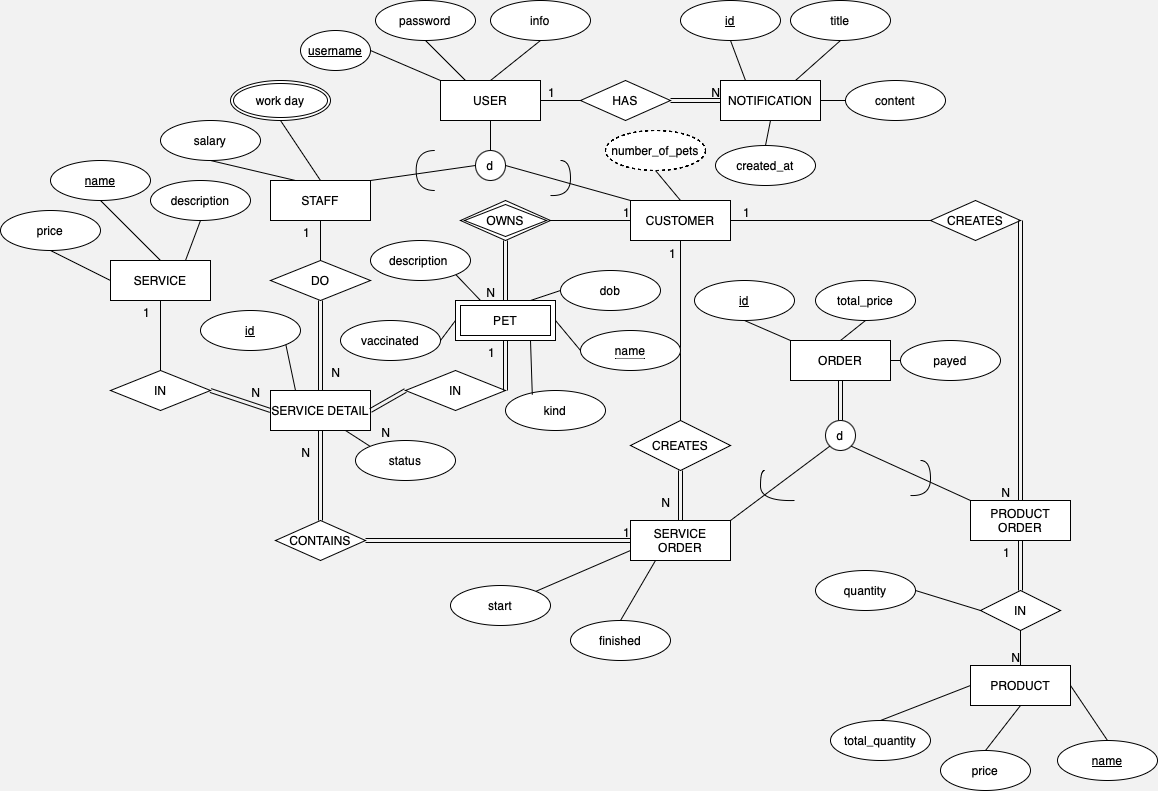
Above: pet-spa-erd.drawio.png in blueonline07/auth-demo (draw.io), before the change. Source tidied: cells renumbered, new cells last; positions are measured from the earlier drawing's top-left corner, leaving out a move shared by most shapes.
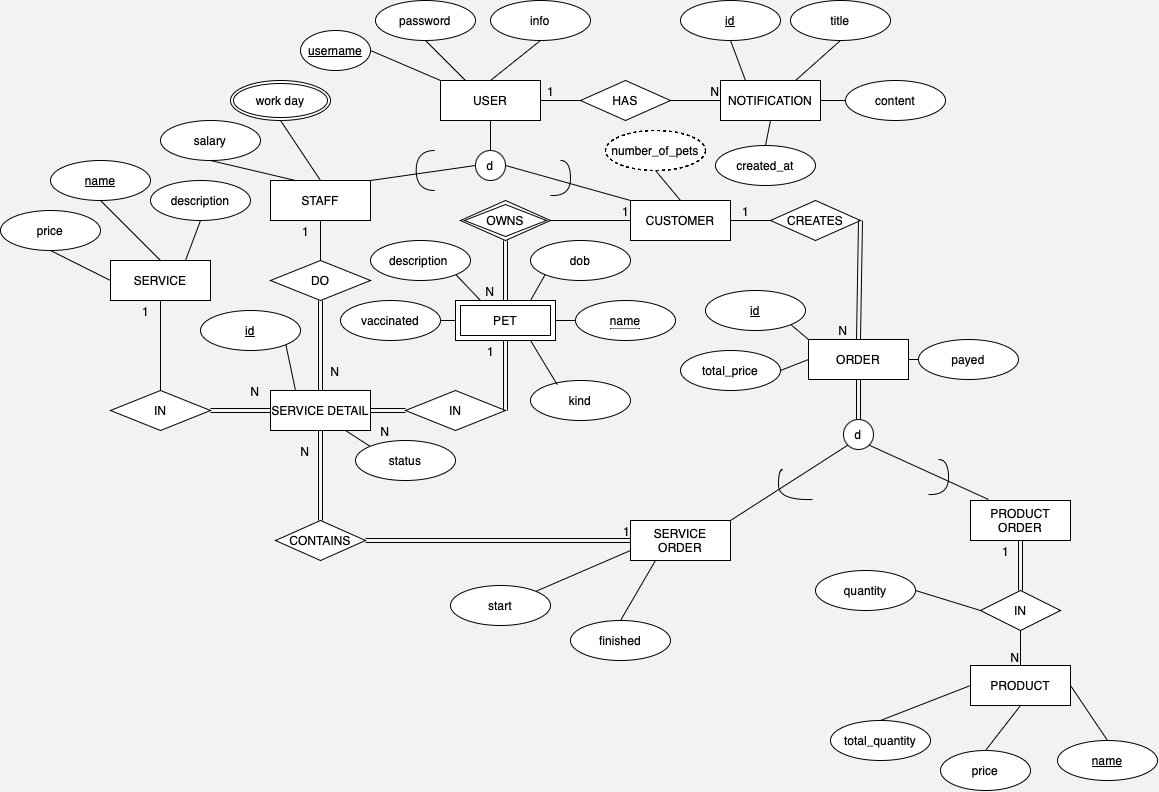
After the change.

The edit, as a diff of the source:
```diff
@@ -35,7 +35,7 @@
       <mxGeometry x="270" y="390" width="100" height="40" as="geometry" />
     </mxCell>
     <mxCell id="12" value="IN" style="shape=rhombus;perimeter=rhombusPerimeter;whiteSpace=wrap;html=1;align=center;rotation=0;" parent="1" vertex="1">
-      <mxGeometry x="405" y="370" width="100" height="40" as="geometry" />
+      <mxGeometry x="405" y="390" width="100" height="40" as="geometry" />
     </mxCell>
     <mxCell id="13" style="shape=link;html=1;rounded=0;entryX=0.5;entryY=1;entryDx=0;entryDy=0;exitX=1;exitY=0.5;exitDx=0;exitDy=0;" parent="1" edge="1" source="12" target="4">
       <mxGeometry relative="1" as="geometry" />
@@ -54,7 +54,7 @@
       </mxGeometry>
     </mxCell>
     <mxCell id="17" value="IN" style="shape=rhombus;perimeter=rhombusPerimeter;whiteSpace=wrap;html=1;align=center;rotation=0;" parent="1" vertex="1">
-      <mxGeometry x="110" y="370" width="100" height="40" as="geometry" />
+      <mxGeometry x="110" y="390" width="100" height="40" as="geometry" />
     </mxCell>
     <mxCell id="18" style="shape=link;html=1;rounded=0;entryX=0;entryY=0.5;entryDx=0;entryDy=0;exitX=1;exitY=0.5;exitDx=0;exitDy=0;" parent="1" edge="1" source="17" target="11">
       <mxGeometry relative="1" as="geometry" />
@@ -86,14 +86,6 @@
         <mxPoint x="-10" y="30" as="offset" />
       </mxGeometry>
     </mxCell>
-    <mxCell id="26" style="endArrow=none;html=1;rounded=0;entryX=0.5;entryY=1;entryDx=0;entryDy=0;exitX=0.5;exitY=0;exitDx=0;exitDy=0;" parent="1" edge="1" source="31" target="2">
-      <mxGeometry relative="1" as="geometry" />
-    </mxCell>
-    <mxCell id="27" value="1" style="html=1;whiteSpace=wrap;align=right;verticalAlign=bottom;" parent="26" vertex="1">
-      <mxGeometry x="1" relative="1" as="geometry">
-        <mxPoint x="-4" y="21" as="offset" />
-      </mxGeometry>
-    </mxCell>
     <mxCell id="28" value="CONTAINS" style="shape=rhombus;perimeter=rhombusPerimeter;whiteSpace=wrap;html=1;align=center;" parent="1" vertex="1">
       <mxGeometry x="275" y="520" width="90" height="40" as="geometry" />
     </mxCell>
@@ -103,9 +95,6 @@
     <mxCell id="30" value="1" style="html=1;whiteSpace=wrap;align=right;verticalAlign=bottom;" parent="29" vertex="1">
       <mxGeometry x="1" relative="1" as="geometry" />
     </mxCell>
-    <mxCell id="31" value="CREATES" style="shape=rhombus;perimeter=rhombusPerimeter;whiteSpace=wrap;html=1;align=center;rotation=0;" parent="1" vertex="1">
-      <mxGeometry x="630" y="420" width="100" height="50" as="geometry" />
-    </mxCell>
     <mxCell id="32" style="endArrow=none;html=1;rounded=0;exitX=0.5;exitY=1;exitDx=0;exitDy=0;entryX=0.5;entryY=0;entryDx=0;entryDy=0;" parent="1" edge="1" source="6" target="33">
       <mxGeometry relative="1" as="geometry" />
     </mxCell>
@@ -118,12 +107,6 @@
     <mxCell id="35" value="HAS" style="shape=rhombus;perimeter=rhombusPerimeter;whiteSpace=wrap;html=1;align=center;" parent="1" vertex="1">
       <mxGeometry x="580" y="80" width="90" height="40" as="geometry" />
     </mxCell>
-    <mxCell id="36" style="shape=link;html=1;rounded=0;exitX=1;exitY=0.5;exitDx=0;exitDy=0;entryX=0;entryY=0.5;entryDx=0;entryDy=0;" parent="1" edge="1" source="35" target="7">
-      <mxGeometry relative="1" as="geometry" />
-    </mxCell>
-    <mxCell id="37" value="N" style="html=1;whiteSpace=wrap;align=right;verticalAlign=bottom;" parent="36" vertex="1">
-      <mxGeometry x="1" relative="1" as="geometry" />
-    </mxCell>
     <mxCell id="38" style="endArrow=none;html=1;rounded=0;entryX=1;entryY=0.5;entryDx=0;entryDy=0;exitX=0;exitY=0.5;exitDx=0;exitDy=0;" parent="1" edge="1" source="35" target="6">
       <mxGeometry relative="1" as="geometry" />
     </mxCell>
@@ -156,7 +139,7 @@
       </mxGeometry>
     </mxCell>
     <mxCell id="47" value="CREATES" style="shape=rhombus;perimeter=rhombusPerimeter;whiteSpace=wrap;html=1;align=center;rotation=0;" parent="1" vertex="1">
-      <mxGeometry x="930" y="200" width="90" height="40" as="geometry" />
+      <mxGeometry x="770" y="200" width="90" height="40" as="geometry" />
     </mxCell>
     <mxCell id="48" style="endArrow=none;html=1;rounded=0;entryX=1;entryY=0.5;entryDx=0;entryDy=0;exitX=0;exitY=0.5;exitDx=0;exitDy=0;" parent="1" edge="1" source="47" target="2">
       <mxGeometry relative="1" as="geometry" />
@@ -166,7 +149,7 @@
         <mxPoint x="20" as="offset" />
       </mxGeometry>
     </mxCell>
-    <mxCell id="50" style="shape=link;html=1;rounded=0;entryX=0.5;entryY=0;entryDx=0;entryDy=0;exitX=1;exitY=0.5;exitDx=0;exitDy=0;" parent="1" edge="1" source="47" target="41">
+    <mxCell id="50" style="shape=link;html=1;rounded=0;entryX=0.5;entryY=0;entryDx=0;entryDy=0;exitX=1;exitY=0.5;exitDx=0;exitDy=0;" parent="1" edge="1" source="47" target="109">
       <mxGeometry relative="1" as="geometry" />
     </mxCell>
     <mxCell id="51" value="N" style="html=1;whiteSpace=wrap;align=right;verticalAlign=bottom;" parent="50" vertex="1">
@@ -192,14 +175,6 @@
     <mxCell id="57" value="info" style="ellipse;whiteSpace=wrap;html=1;align=center;" parent="1" vertex="1">
       <mxGeometry x="490" width="100" height="40" as="geometry" />
     </mxCell>
-    <mxCell id="58" style="shape=link;html=1;rounded=0;entryX=0.5;entryY=0;entryDx=0;entryDy=0;exitX=0.5;exitY=1;exitDx=0;exitDy=0;" parent="1" edge="1" source="31" target="23">
-      <mxGeometry relative="1" as="geometry" />
-    </mxCell>
-    <mxCell id="59" value="N" style="html=1;whiteSpace=wrap;align=right;verticalAlign=bottom;" parent="58" vertex="1">
-      <mxGeometry x="1" relative="1" as="geometry">
-        <mxPoint x="-10" y="-10" as="offset" />
-      </mxGeometry>
-    </mxCell>
     <mxCell id="60" style="endArrow=none;html=1;rounded=0;entryX=0;entryY=0.5;entryDx=0;entryDy=0;exitX=1;exitY=0.5;exitDx=0;exitDy=0;" parent="1" edge="1" source="8" target="2">
       <mxGeometry relative="1" as="geometry" />
     </mxCell>
@@ -301,10 +276,10 @@
       <mxGeometry relative="1" as="geometry" />
     </mxCell>
     <mxCell id="92" value="kind" style="ellipse;whiteSpace=wrap;html=1;align=center;" parent="1" vertex="1">
-      <mxGeometry x="505" y="390" width="100" height="40" as="geometry" />
+      <mxGeometry x="530" y="380" width="100" height="40" as="geometry" />
     </mxCell>
     <mxCell id="93" value="vaccinated" style="ellipse;whiteSpace=wrap;html=1;align=center;" parent="1" vertex="1">
-      <mxGeometry x="340" y="320" width="100" height="40" as="geometry" />
+      <mxGeometry x="340" y="300" width="100" height="40" as="geometry" />
     </mxCell>
     <mxCell id="94" style="endArrow=none;html=1;rounded=0;exitX=0;exitY=0.5;exitDx=0;exitDy=0;entryX=1;entryY=0.5;entryDx=0;entryDy=0;" parent="1" edge="1" source="4" target="93">
       <mxGeometry relative="1" as="geometry" />
@@ -316,9 +291,9 @@
       <mxGeometry relative="1" as="geometry" />
     </mxCell>
     <mxCell id="97" value="dob" style="ellipse;whiteSpace=wrap;html=1;align=center;" parent="1" vertex="1">
-      <mxGeometry x="560" y="270" width="100" height="40" as="geometry" />
+      <mxGeometry x="530" y="240" width="100" height="40" as="geometry" />
     </mxCell>
-    <mxCell id="98" style="endArrow=none;html=1;rounded=0;entryX=0;entryY=0.5;entryDx=0;entryDy=0;exitX=0.75;exitY=0;exitDx=0;exitDy=0;" parent="1" edge="1" source="4" target="97">
+    <mxCell id="98" style="endArrow=none;html=1;rounded=0;entryX=0;entryY=1;entryDx=0;entryDy=0;exitX=0.75;exitY=0;exitDx=0;exitDy=0;" parent="1" edge="1" source="4" target="97">
       <mxGeometry relative="1" as="geometry" />
     </mxCell>
     <mxCell id="99" value="description&amp;nbsp;" style="ellipse;whiteSpace=wrap;html=1;align=center;" parent="1" vertex="1">
@@ -352,33 +327,35 @@
       <mxGeometry relative="1" as="geometry" />
     </mxCell>
     <mxCell id="109" value="ORDER" style="whiteSpace=wrap;html=1;align=center;" parent="1" vertex="1">
-      <mxGeometry x="790" y="340" width="100" height="40" as="geometry" />
+      <mxGeometry x="808" y="339" width="100" height="40" as="geometry" />
     </mxCell>
     <mxCell id="110" style="shape=link;html=1;rounded=0;exitX=0.5;exitY=1;exitDx=0;exitDy=0;entryX=0.5;entryY=0;entryDx=0;entryDy=0;" parent="1" edge="1" source="109" target="111">
       <mxGeometry relative="1" as="geometry" />
     </mxCell>
     <mxCell id="111" value="d" style="ellipse;whiteSpace=wrap;html=1;" parent="1" vertex="1">
-      <mxGeometry x="825" y="420" width="30" height="30" as="geometry" />
+      <mxGeometry x="843" y="419" width="30" height="30" as="geometry" />
     </mxCell>
     <mxCell id="112" style="endArrow=none;html=1;rounded=0;exitX=1;exitY=0;exitDx=0;exitDy=0;entryX=0;entryY=1;entryDx=0;entryDy=0;" parent="1" edge="1" source="23" target="111">
       <mxGeometry relative="1" as="geometry" />
     </mxCell>
-    <mxCell id="113" style="endArrow=none;html=1;rounded=0;exitX=1;exitY=1;exitDx=0;exitDy=0;entryX=0;entryY=0;entryDx=0;entryDy=0;" parent="1" edge="1" source="111" target="41">
-      <mxGeometry relative="1" as="geometry" />
+    <mxCell id="113" style="endArrow=none;html=1;rounded=0;exitX=1;exitY=1;exitDx=0;exitDy=0;entryX=0;entryY=0;entryDx=0;entryDy=0;" parent="1" edge="1" source="111">
+      <mxGeometry relative="1" as="geometry">
+        <mxPoint x="988" y="499" as="targetPoint" />
+      </mxGeometry>
     </mxCell>
     <mxCell id="114" value="total_price" style="ellipse;whiteSpace=wrap;html=1;align=center;" parent="1" vertex="1">
-      <mxGeometry x="815" y="280" width="100" height="40" as="geometry" />
+      <mxGeometry x="680" y="350" width="100" height="40" as="geometry" />
     </mxCell>
     <mxCell id="115" value="payed" style="ellipse;whiteSpace=wrap;html=1;align=center;" parent="1" vertex="1">
-      <mxGeometry x="900" y="340" width="100" height="40" as="geometry" />
+      <mxGeometry x="918" y="339" width="100" height="40" as="geometry" />
     </mxCell>
     <mxCell id="116" value="id" style="ellipse;whiteSpace=wrap;html=1;align=center;fontStyle=4;" parent="1" vertex="1">
-      <mxGeometry x="694" y="280" width="100" height="40" as="geometry" />
+      <mxGeometry x="705" y="290" width="100" height="40" as="geometry" />
     </mxCell>
-    <mxCell id="117" style="endArrow=none;html=1;rounded=0;exitX=0.5;exitY=1;exitDx=0;exitDy=0;entryX=0;entryY=0;entryDx=0;entryDy=0;" parent="1" edge="1" source="116" target="109">
+    <mxCell id="117" style="endArrow=none;html=1;rounded=0;exitX=1;exitY=1;exitDx=0;exitDy=0;entryX=0;entryY=0;entryDx=0;entryDy=0;" parent="1" edge="1" source="116" target="109">
       <mxGeometry relative="1" as="geometry" />
     </mxCell>
-    <mxCell id="118" style="endArrow=none;html=1;rounded=0;exitX=0.5;exitY=1;exitDx=0;exitDy=0;entryX=0.5;entryY=0;entryDx=0;entryDy=0;" parent="1" edge="1" source="114" target="109">
+    <mxCell id="118" style="endArrow=none;html=1;rounded=0;entryX=0;entryY=0.5;entryDx=0;entryDy=0;exitX=1;exitY=0.5;exitDx=0;exitDy=0;" parent="1" edge="1" source="114" target="109">
       <mxGeometry relative="1" as="geometry" />
     </mxCell>
     <mxCell id="119" style="endArrow=none;html=1;rounded=0;exitX=0;exitY=0.5;exitDx=0;exitDy=0;entryX=1;entryY=0.5;entryDx=0;entryDy=0;" parent="1" edge="1" source="115" target="109">
@@ -391,7 +368,7 @@
       <mxGeometry relative="1" as="geometry" />
     </mxCell>
     <mxCell id="122" value="&lt;span style=&quot;border-bottom: 1px dotted&quot;&gt;name&lt;/span&gt;" style="ellipse;whiteSpace=wrap;html=1;align=center;" parent="1" vertex="1">
-      <mxGeometry x="580" y="330" width="100" height="40" as="geometry" />
+      <mxGeometry x="575" y="300" width="100" height="40" as="geometry" />
     </mxCell>
     <mxCell id="123" style="endArrow=none;html=1;rounded=0;edgeStyle=orthogonalEdgeStyle;curved=1;" parent="1" edge="1">
       <mxGeometry relative="1" as="geometry">
@@ -419,25 +396,31 @@
     </mxCell>
     <mxCell id="126" style="endArrow=none;html=1;rounded=0;edgeStyle=orthogonalEdgeStyle;curved=1;" parent="1" edge="1">
       <mxGeometry relative="1" as="geometry">
-        <mxPoint x="910" y="495" as="sourcePoint" />
-        <mxPoint x="920" y="460" as="targetPoint" />
+        <mxPoint x="928" y="494" as="sourcePoint" />
+        <mxPoint x="938" y="459" as="targetPoint" />
         <Array as="points">
-          <mxPoint x="910" y="496" />
-          <mxPoint x="930" y="496" />
-          <mxPoint x="930" y="460" />
+          <mxPoint x="928" y="495" />
+          <mxPoint x="948" y="495" />
+          <mxPoint x="948" y="459" />
         </Array>
       </mxGeometry>
     </mxCell>
     <mxCell id="127" style="endArrow=none;html=1;rounded=0;edgeStyle=orthogonalEdgeStyle;curved=1;" parent="1" edge="1">
       <mxGeometry relative="1" as="geometry">
-        <mxPoint x="794" y="500" as="sourcePoint" />
-        <mxPoint x="764" y="470" as="targetPoint" />
+        <mxPoint x="812" y="499" as="sourcePoint" />
+        <mxPoint x="782" y="469" as="targetPoint" />
         <Array as="points">
-          <mxPoint x="794" y="501" />
-          <mxPoint x="760" y="501" />
-          <mxPoint x="760" y="470" />
+          <mxPoint x="812" y="500" />
+          <mxPoint x="778" y="500" />
+          <mxPoint x="778" y="469" />
         </Array>
       </mxGeometry>
     </mxCell>
+    <mxCell id="36" style="endArrow=none;html=1;rounded=0;entryX=0;entryY=0.5;entryDx=0;entryDy=0;exitX=1;exitY=0.5;exitDx=0;exitDy=0;" parent="1" edge="1" source="35" target="7">
+      <mxGeometry relative="1" as="geometry" />
+    </mxCell>
+    <mxCell id="128" value="N" style="html=1;whiteSpace=wrap;align=right;verticalAlign=bottom;" parent="36" vertex="1">
+      <mxGeometry x="1" relative="1" as="geometry" />
+    </mxCell>
   </root>
 </mxGraphModel>
```
